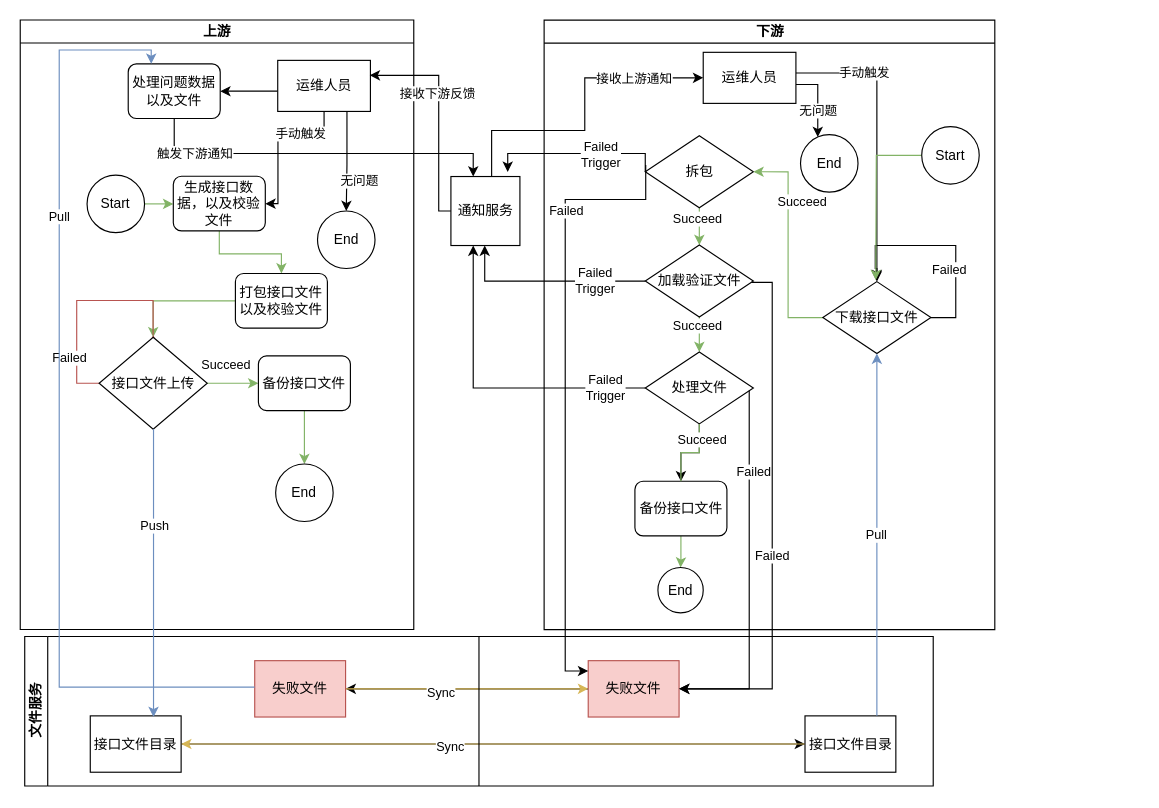
The draw.io diagram 未命名绘图.drawio in lsj188/myPlugin, before the edit. Source tidied: cells renumbered, new cells numbered last; positions are measured from the earlier drawing's top-left corner, leaving out a move shared by most shapes. Both pictures are drawn from the tidied source at 115%, with x=0, y=0 at pixel (-89, 49).
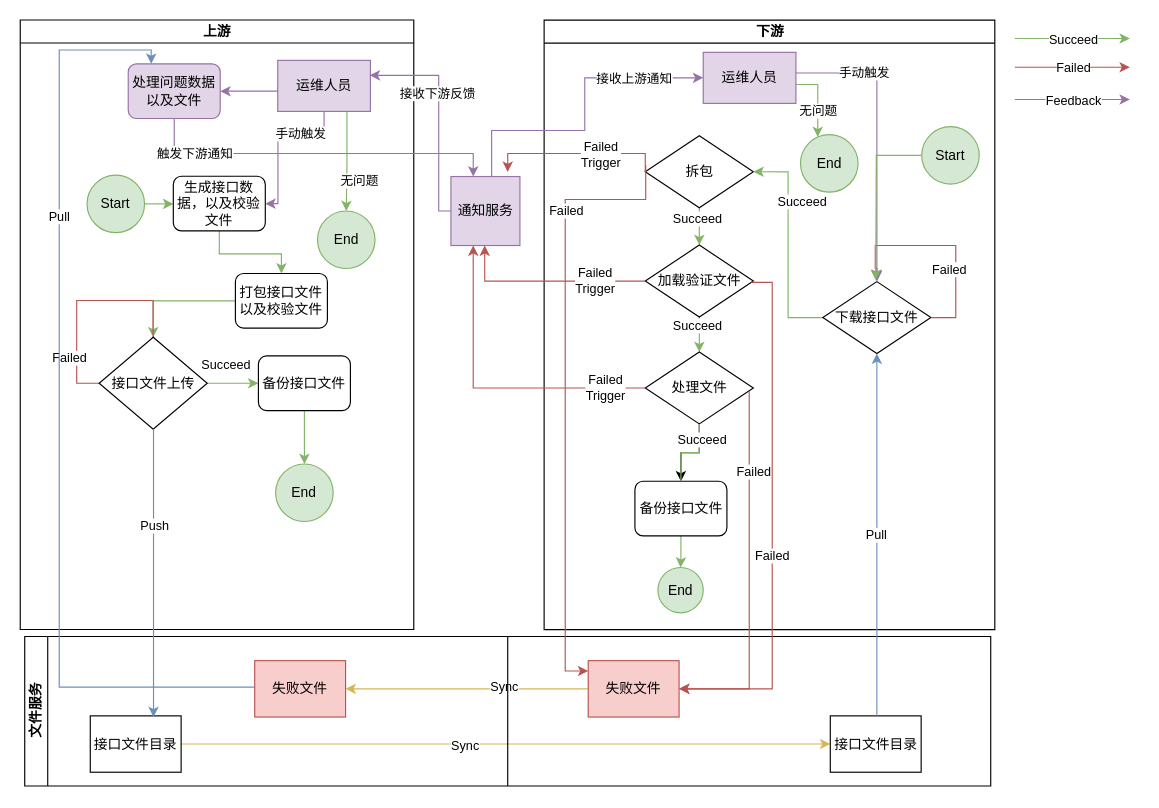
The same page after the edit.

Commit message (it also covers changes not shown here):
更新未命名绘图.drawio

The change refers to these unchanged cells:
```xml
<mxCell id="2" value="上游" style="swimlane;html=1;startSize=20;horizontal=0;rotation=90;" parent="1" vertex="1">
  <mxGeometry x="0.2" y="67.8" width="530" height="342.2" as="geometry" />
</mxCell>
<mxCell id="6" value="生成接口数据，以及校验文件" style="rounded=1;whiteSpace=wrap;html=1;" parent="2" vertex="1">
  <mxGeometry x="227" y="42" width="80" height="47.5" as="geometry" />
</mxCell>
<mxCell id="27" value="接口文件目录" style="rounded=0;whiteSpace=wrap;html=1;" parent="25" vertex="1">
  <mxGeometry x="57" y="69" width="79" height="49" as="geometry" />
</mxCell>
<mxCell id="32" value="失败文件" style="rounded=0;whiteSpace=wrap;html=1;fillColor=#f8cecc;strokeColor=#b85450;" parent="25" vertex="1">
  <mxGeometry x="490" y="21" width="79" height="49" as="geometry" />
</mxCell>
<mxCell id="35" value="失败文件" style="rounded=0;whiteSpace=wrap;html=1;fillColor=#f8cecc;strokeColor=#b85450;" parent="25" vertex="1">
  <mxGeometry x="200" y="21" width="79" height="49" as="geometry" />
</mxCell>
<mxCell id="36" value="下游" style="swimlane;html=1;startSize=20;horizontal=0;rotation=90;" parent="1" vertex="1">
  <mxGeometry x="480.6" y="43" width="530" height="391.9" as="geometry" />
</mxCell>
<mxCell id="39" value="拆包" style="rhombus;whiteSpace=wrap;html=1;" parent="36" vertex="1">
  <mxGeometry x="157" y="31.6" width="94" height="62.5" as="geometry" />
</mxCell>
<mxCell id="42" value="下载接口文件" style="rhombus;whiteSpace=wrap;html=1;" parent="36" vertex="1">
  <mxGeometry x="311.4" y="158.4" width="94" height="62.5" as="geometry" />
</mxCell>
<mxCell id="47" value="加载验证文件" style="rhombus;whiteSpace=wrap;html=1;" parent="36" vertex="1">
  <mxGeometry x="157" y="126.6" width="94" height="62.5" as="geometry" />
</mxCell>
<mxCell id="50" value="处理文件" style="rhombus;whiteSpace=wrap;html=1;" parent="36" vertex="1">
  <mxGeometry x="157" y="219.6" width="94" height="62.5" as="geometry" />
</mxCell>
```

The edit, as a diff of the source:
```diff
@@
-    <mxCell id="4" value="Start" style="ellipse;whiteSpace=wrap;html=1;" parent="2" vertex="1">
+    <mxCell id="4" value="Start" style="ellipse;whiteSpace=wrap;html=1;fillColor=#d5e8d4;strokeColor=#82b366;" parent="2" vertex="1">
       <mxGeometry x="152" y="41" width="50" height="50" as="geometry" />
     </mxCell>
@@
-    <mxCell id="16" style="edgeStyle=orthogonalEdgeStyle;rounded=0;jettySize=auto;html=1;" parent="2" edge="1" source="19" target="22">
+    <mxCell id="16" style="edgeStyle=orthogonalEdgeStyle;rounded=0;jettySize=auto;html=1;fillColor=#e1d5e7;strokeColor=#9673a6;" parent="2" edge="1" source="19" target="22">
       <mxGeometry relative="1" as="geometry">
         <Array as="points">
           <mxPoint x="308" y="-32" />
           <mxPoint x="308" y="-32" />
         </Array>
       </mxGeometry>
     </mxCell>
-    <mxCell id="17" style="edgeStyle=orthogonalEdgeStyle;rounded=0;jettySize=auto;html=1;" parent="2" edge="1" source="19" target="24">
+    <mxCell id="17" style="edgeStyle=orthogonalEdgeStyle;rounded=0;jettySize=auto;html=1;fillColor=#d5e8d4;strokeColor=#82b366;" parent="2" edge="1" source="19" target="24">
       <mxGeometry relative="1" as="geometry">
         <Array as="points">
           <mxPoint x="378" y="32" />
           <mxPoint x="378" y="32" />
         </Array>
       </mxGeometry>
     </mxCell>
@@
-    <mxCell id="19" value="运维人员" style="rounded=0;whiteSpace=wrap;html=1;" parent="2" vertex="1">
+    <mxCell id="19" value="运维人员" style="rounded=0;whiteSpace=wrap;html=1;fillColor=#e1d5e7;strokeColor=#9673a6;" parent="2" vertex="1">
       <mxGeometry x="317.8" y="-58.8" width="80.6" height="44.4" as="geometry" />
     </mxCell>
-    <mxCell id="20" style="edgeStyle=orthogonalEdgeStyle;rounded=0;jettySize=auto;html=1;exitX=0.5;exitY=1;exitDx=0;exitDy=0;" parent="2" edge="1" source="19" target="6">
+    <mxCell id="20" style="edgeStyle=orthogonalEdgeStyle;rounded=0;jettySize=auto;html=1;exitX=0.5;exitY=1;exitDx=0;exitDy=0;fillColor=#e1d5e7;strokeColor=#9673a6;" parent="2" edge="1" source="19" target="6">
       <mxGeometry relative="1" as="geometry">
         <Array as="points">
           <mxPoint x="358" y="2" />
           <mxPoint x="318" y="2" />
         </Array>
       </mxGeometry>
     </mxCell>
@@
-    <mxCell id="22" value="处理问题数据以及文件" style="rounded=1;whiteSpace=wrap;html=1;" parent="2" vertex="1">
+    <mxCell id="22" value="处理问题数据以及文件" style="rounded=1;whiteSpace=wrap;html=1;fillColor=#e1d5e7;strokeColor=#9673a6;" parent="2" vertex="1">
       <mxGeometry x="187.8" y="-55.8" width="80" height="47.5" as="geometry" />
     </mxCell>
-    <mxCell id="23" value="End" style="ellipse;whiteSpace=wrap;html=1;direction=south;" parent="2" vertex="1">
+    <mxCell id="23" value="End" style="ellipse;whiteSpace=wrap;html=1;direction=south;fillColor=#d5e8d4;strokeColor=#82b366;" parent="2" vertex="1">
       <mxGeometry x="316" y="292.2" width="50" height="50" as="geometry" />
     </mxCell>
-    <mxCell id="24" value="End" style="ellipse;whiteSpace=wrap;html=1;direction=south;" parent="2" vertex="1">
+    <mxCell id="24" value="End" style="ellipse;whiteSpace=wrap;html=1;direction=south;fillColor=#d5e8d4;strokeColor=#82b366;" parent="2" vertex="1">
       <mxGeometry x="352.4" y="72.2" width="50" height="50" as="geometry" />
     </mxCell>
     <mxCell id="25" value="文件服务" style="swimlane;html=1;startSize=20;horizontal=0;rotation=0;" parent="1" vertex="1">
-      <mxGeometry x="98" y="510" width="790" height="130" as="geometry" />
+      <mxGeometry x="98" y="510" width="840" height="130" as="geometry" />
     </mxCell>
-    <mxCell id="26" style="edgeStyle=orthogonalEdgeStyle;rounded=0;jettySize=auto;html=1;entryX=0;entryY=0.5;entryDx=0;entryDy=0;" parent="25" edge="1" source="27" target="30">
+    <mxCell id="26" style="edgeStyle=orthogonalEdgeStyle;rounded=0;jettySize=auto;html=1;entryX=0;entryY=0.5;entryDx=0;entryDy=0;fillColor=#fff2cc;strokeColor=#d6b656;" parent="25" edge="1" source="27" target="30">
       <mxGeometry relative="1" as="geometry" />
     </mxCell>
+    <mxCell id="89" value="Sync" style="edgeLabel;html=1;align=center;verticalAlign=middle;" parent="26" vertex="1">
+      <mxGeometry x="-0.09" y="-1" relative="1" as="geometry">
+        <mxPoint x="-11" as="offset" />
+      </mxGeometry>
+    </mxCell>
@@
-    <mxCell id="28" style="edgeStyle=orthogonalEdgeStyle;rounded=0;jettySize=auto;html=1;entryX=1;entryY=0.5;entryDx=0;entryDy=0;fillColor=#fff2cc;strokeColor=#d6b656;" parent="25" edge="1" source="30" target="27">
-      <mxGeometry relative="1" as="geometry" />
-    </mxCell>
-    <mxCell id="29" value="Sync" style="edgeLabel;html=1;align=center;verticalAlign=middle;" parent="28" vertex="1">
-      <mxGeometry x="0.14" y="2" relative="1" as="geometry" />
-    </mxCell>
     <mxCell id="30" value="接口文件目录" style="rounded=0;whiteSpace=wrap;html=1;" parent="25" vertex="1">
-      <mxGeometry x="678.5" y="69" width="79" height="49" as="geometry" />
+      <mxGeometry x="700.5" y="69" width="79" height="49" as="geometry" />
     </mxCell>
-    <mxCell id="31" style="edgeStyle=orthogonalEdgeStyle;rounded=0;jettySize=auto;html=1;entryX=1;entryY=0.5;entryDx=0;entryDy=0;" parent="25" edge="1" source="32" target="35">
+    <mxCell id="31" style="edgeStyle=orthogonalEdgeStyle;rounded=0;jettySize=auto;html=1;entryX=1;entryY=0.5;entryDx=0;entryDy=0;fillColor=#fff2cc;strokeColor=#d6b656;" parent="25" edge="1" source="32" target="35">
       <mxGeometry relative="1" as="geometry" />
     </mxCell>
+    <mxCell id="90" value="Sync" style="edgeLabel;html=1;align=center;verticalAlign=middle;" parent="31" vertex="1">
+      <mxGeometry x="0.3" y="-2" relative="1" as="geometry">
+        <mxPoint x="63" as="offset" />
+      </mxGeometry>
+    </mxCell>
@@
-    <mxCell id="33" style="edgeStyle=orthogonalEdgeStyle;rounded=0;jettySize=auto;html=1;entryX=0;entryY=0.5;entryDx=0;entryDy=0;fillColor=#fff2cc;strokeColor=#d6b656;" parent="25" edge="1" source="35" target="32">
-      <mxGeometry relative="1" as="geometry" />
-    </mxCell>
-    <mxCell id="34" value="Sync" style="edgeLabel;html=1;align=center;verticalAlign=middle;" parent="33" vertex="1">
-      <mxGeometry x="-0.22" y="-3" relative="1" as="geometry" />
-    </mxCell>
@@
-    <mxCell id="43" style="edgeStyle=orthogonalEdgeStyle;rounded=0;jettySize=auto;html=1;" parent="36" edge="1" source="42">
+    <mxCell id="43" style="edgeStyle=orthogonalEdgeStyle;rounded=0;jettySize=auto;html=1;fillColor=#f8cecc;strokeColor=#b85450;" parent="36" edge="1" source="42">
       <mxGeometry relative="1" as="geometry">
         <mxPoint x="358.4" y="157" as="targetPoint" />
         <Array as="points">
           <mxPoint x="427" y="190" />
           <mxPoint x="427" y="127" />
           <mxPoint x="357" y="127" />
           <mxPoint x="357" y="147" />
           <mxPoint x="358" y="147" />
         </Array>
       </mxGeometry>
     </mxCell>
@@
-    <mxCell id="51" value="End" style="ellipse;whiteSpace=wrap;html=1;direction=south;" parent="36" vertex="1">
+    <mxCell id="51" value="End" style="ellipse;whiteSpace=wrap;html=1;direction=south;fillColor=#d5e8d4;strokeColor=#82b366;" parent="36" vertex="1">
       <mxGeometry x="168" y="407" width="39.4" height="39.4" as="geometry" />
     </mxCell>
-    <mxCell id="52" style="edgeStyle=orthogonalEdgeStyle;rounded=0;jettySize=auto;html=1;entryX=0.5;entryY=0;entryDx=0;entryDy=0;" parent="36" edge="1" source="56" target="42">
+    <mxCell id="52" style="edgeStyle=orthogonalEdgeStyle;rounded=0;jettySize=auto;html=1;entryX=0.5;entryY=0;entryDx=0;entryDy=0;fillColor=#e1d5e7;strokeColor=#9673a6;" parent="36" edge="1" source="56" target="42">
       <mxGeometry relative="1" as="geometry">
         <Array as="points">
           <mxPoint x="358" y="-23" />
         </Array>
       </mxGeometry>
     </mxCell>
@@
-    <mxCell id="54" style="edgeStyle=orthogonalEdgeStyle;rounded=0;jettySize=auto;html=1;" parent="36" edge="1" source="56" target="57">
+    <mxCell id="54" style="edgeStyle=orthogonalEdgeStyle;rounded=0;jettySize=auto;html=1;fillColor=#d5e8d4;strokeColor=#82b366;" parent="36" edge="1" source="56" target="57">
       <mxGeometry relative="1" as="geometry">
         <Array as="points">
           <mxPoint x="307" y="-13" />
         </Array>
       </mxGeometry>
     </mxCell>
@@
-    <mxCell id="56" value="运维人员" style="rounded=0;whiteSpace=wrap;html=1;" parent="36" vertex="1">
+    <mxCell id="56" value="运维人员" style="rounded=0;whiteSpace=wrap;html=1;fillColor=#e1d5e7;strokeColor=#9673a6;" parent="36" vertex="1">
       <mxGeometry x="207.4" y="-41" width="80.6" height="44.4" as="geometry" />
     </mxCell>
-    <mxCell id="57" value="End" style="ellipse;whiteSpace=wrap;html=1;direction=south;" parent="36" vertex="1">
+    <mxCell id="57" value="End" style="ellipse;whiteSpace=wrap;html=1;direction=south;fillColor=#d5e8d4;strokeColor=#82b366;" parent="36" vertex="1">
       <mxGeometry x="292" y="30.6" width="50" height="50" as="geometry" />
     </mxCell>
@@
-    <mxCell id="62" value="Start" style="ellipse;whiteSpace=wrap;html=1;" parent="36" vertex="1">
+    <mxCell id="62" value="Start" style="ellipse;whiteSpace=wrap;html=1;fillColor=#d5e8d4;strokeColor=#82b366;" parent="36" vertex="1">
       <mxGeometry x="397.4" y="23.6" width="50" height="50" as="geometry" />
     </mxCell>
@@
-    <mxCell id="67" style="edgeStyle=orthogonalEdgeStyle;rounded=0;orthogonalLoop=1;jettySize=auto;html=1;" parent="1" edge="1">
+    <mxCell id="67" style="edgeStyle=orthogonalEdgeStyle;rounded=0;orthogonalLoop=1;jettySize=auto;html=1;fillColor=#f8cecc;strokeColor=#b85450;" parent="1" edge="1">
       <mxGeometry relative="1" as="geometry">
         <mxPoint x="638" y="100" as="sourcePoint" />
         <mxPoint x="588" y="540" as="targetPoint" />
         <Array as="points">
           <mxPoint x="638" y="130" />
           <mxPoint x="568" y="130" />
           <mxPoint x="568" y="540" />
         </Array>
       </mxGeometry>
     </mxCell>
@@
-    <mxCell id="69" style="edgeStyle=orthogonalEdgeStyle;rounded=0;jettySize=auto;html=1;entryX=0;entryY=0.5;entryDx=0;entryDy=0;" parent="1" edge="1" source="73" target="56">
+    <mxCell id="69" style="edgeStyle=orthogonalEdgeStyle;rounded=0;jettySize=auto;html=1;entryX=0;entryY=0.5;entryDx=0;entryDy=0;fillColor=#e1d5e7;strokeColor=#9673a6;" parent="1" edge="1" source="73" target="56">
       <mxGeometry relative="1" as="geometry">
         <Array as="points">
           <mxPoint x="504" y="70" />
           <mxPoint x="585" y="70" />
           <mxPoint x="585" y="24" />
         </Array>
       </mxGeometry>
     </mxCell>
@@
-    <mxCell id="71" style="edgeStyle=orthogonalEdgeStyle;rounded=0;jettySize=auto;html=1;" parent="1" edge="1" source="73">
+    <mxCell id="71" style="edgeStyle=orthogonalEdgeStyle;rounded=0;jettySize=auto;html=1;fillColor=#e1d5e7;strokeColor=#9673a6;" parent="1" edge="1" source="73">
       <mxGeometry relative="1" as="geometry">
         <mxPoint x="398" y="22" as="targetPoint" />
         <Array as="points">
           <mxPoint x="458" y="140" />
           <mxPoint x="458" y="22" />
         </Array>
       </mxGeometry>
     </mxCell>
@@
-    <mxCell id="73" value="通知服务" style="whiteSpace=wrap;html=1;" parent="1" vertex="1">
+    <mxCell id="73" value="通知服务" style="whiteSpace=wrap;html=1;fillColor=#e1d5e7;strokeColor=#9673a6;" parent="1" vertex="1">
       <mxGeometry x="468.6" y="110" width="60" height="60" as="geometry" />
     </mxCell>
-    <mxCell id="74" style="edgeStyle=orthogonalEdgeStyle;rounded=0;jettySize=auto;html=1;exitX=0;exitY=0.5;exitDx=0;exitDy=0;" parent="1" edge="1" source="39">
+    <mxCell id="74" style="edgeStyle=orthogonalEdgeStyle;rounded=0;jettySize=auto;html=1;exitX=0;exitY=0.5;exitDx=0;exitDy=0;fillColor=#f8cecc;strokeColor=#b85450;" parent="1" edge="1" source="39">
       <mxGeometry relative="1" as="geometry">
         <mxPoint x="518" y="106" as="targetPoint" />
         <Array as="points">
           <mxPoint x="638" y="90" />
           <mxPoint x="518" y="90" />
         </Array>
       </mxGeometry>
     </mxCell>
@@
-    <mxCell id="76" style="edgeStyle=orthogonalEdgeStyle;rounded=0;jettySize=auto;html=1;" parent="1" edge="1" source="47">
+    <mxCell id="76" style="edgeStyle=orthogonalEdgeStyle;rounded=0;jettySize=auto;html=1;fillColor=#f8cecc;strokeColor=#b85450;" parent="1" edge="1" source="47">
       <mxGeometry relative="1" as="geometry">
         <mxPoint x="498" y="170" as="targetPoint" />
         <Array as="points">
           <mxPoint x="498" y="200" />
         </Array>
       </mxGeometry>
     </mxCell>
@@
-    <mxCell id="78" style="edgeStyle=orthogonalEdgeStyle;rounded=0;jettySize=auto;html=1;entryX=1;entryY=0.5;entryDx=0;entryDy=0;" parent="1" edge="1" source="50" target="32">
+    <mxCell id="78" style="edgeStyle=orthogonalEdgeStyle;rounded=0;jettySize=auto;html=1;entryX=1;entryY=0.5;entryDx=0;entryDy=0;fillColor=#f8cecc;strokeColor=#b85450;" parent="1" edge="1" source="50" target="32">
       <mxGeometry relative="1" as="geometry">
         <Array as="points">
           <mxPoint x="728" y="555" />
         </Array>
       </mxGeometry>
     </mxCell>
@@
-    <mxCell id="80" style="edgeStyle=orthogonalEdgeStyle;rounded=0;jettySize=auto;html=1;entryX=1;entryY=0.5;entryDx=0;entryDy=0;" parent="1" edge="1" source="47" target="32">
+    <mxCell id="80" style="edgeStyle=orthogonalEdgeStyle;rounded=0;jettySize=auto;html=1;entryX=1;entryY=0.5;entryDx=0;entryDy=0;fillColor=#f8cecc;strokeColor=#b85450;" parent="1" edge="1" source="47" target="32">
       <mxGeometry relative="1" as="geometry">
         <Array as="points">
           <mxPoint x="748" y="202" />
           <mxPoint x="748" y="555" />
         </Array>
       </mxGeometry>
     </mxCell>
@@
-    <mxCell id="84" style="edgeStyle=orthogonalEdgeStyle;rounded=0;jettySize=auto;html=1;" parent="1" edge="1" source="22" target="73">
+    <mxCell id="84" style="edgeStyle=orthogonalEdgeStyle;rounded=0;jettySize=auto;html=1;fillColor=#e1d5e7;strokeColor=#9673a6;" parent="1" edge="1" source="22" target="73">
       <mxGeometry relative="1" as="geometry">
         <Array as="points">
           <mxPoint x="228" y="90" />
           <mxPoint x="488" y="90" />
         </Array>
       </mxGeometry>
     </mxCell>
@@
-    <mxCell id="87" style="edgeStyle=orthogonalEdgeStyle;rounded=0;jettySize=auto;html=1;" parent="1" edge="1" source="50">
+    <mxCell id="87" style="edgeStyle=orthogonalEdgeStyle;rounded=0;jettySize=auto;html=1;fillColor=#f8cecc;strokeColor=#b85450;" parent="1" edge="1" source="50">
       <mxGeometry relative="1" as="geometry">
         <mxPoint x="488" y="170" as="targetPoint" />
         <Array as="points">
           <mxPoint x="488" y="294" />
         </Array>
       </mxGeometry>
     </mxCell>
@@
+    <mxCell id="91" style="endArrow=classic;html=1;rounded=0;fillColor=#d5e8d4;strokeColor=#82b366;" parent="1" edge="1">
+      <mxGeometry relative="1" as="geometry">
+        <mxPoint x="959" y="-10" as="sourcePoint" />
+        <mxPoint x="1059" y="-10" as="targetPoint" />
+      </mxGeometry>
+    </mxCell>
+    <mxCell id="92" value="Succeed" style="edgeLabel;html=1;align=center;verticalAlign=middle;" parent="91" vertex="1">
+      <mxGeometry relative="1" as="geometry" />
+    </mxCell>
+    <mxCell id="93" style="endArrow=classic;html=1;rounded=0;fillColor=#f8cecc;strokeColor=#b85450;" parent="1" edge="1">
+      <mxGeometry relative="1" as="geometry">
+        <mxPoint x="959" y="15" as="sourcePoint" />
+        <mxPoint x="1059" y="15" as="targetPoint" />
+      </mxGeometry>
+    </mxCell>
+    <mxCell id="94" value="Failed" style="edgeLabel;html=1;align=center;verticalAlign=middle;" parent="93" vertex="1">
+      <mxGeometry relative="1" as="geometry" />
+    </mxCell>
+    <mxCell id="95" style="endArrow=classic;html=1;rounded=0;fillColor=#e1d5e7;strokeColor=#9673a6;" parent="1" edge="1">
+      <mxGeometry relative="1" as="geometry">
+        <mxPoint x="959" y="43" as="sourcePoint" />
+        <mxPoint x="1059" y="43" as="targetPoint" />
+      </mxGeometry>
+    </mxCell>
+    <mxCell id="96" value="Feedback" style="edgeLabel;html=1;align=center;verticalAlign=middle;" parent="95" vertex="1">
+      <mxGeometry relative="1" as="geometry" />
+    </mxCell>
```
